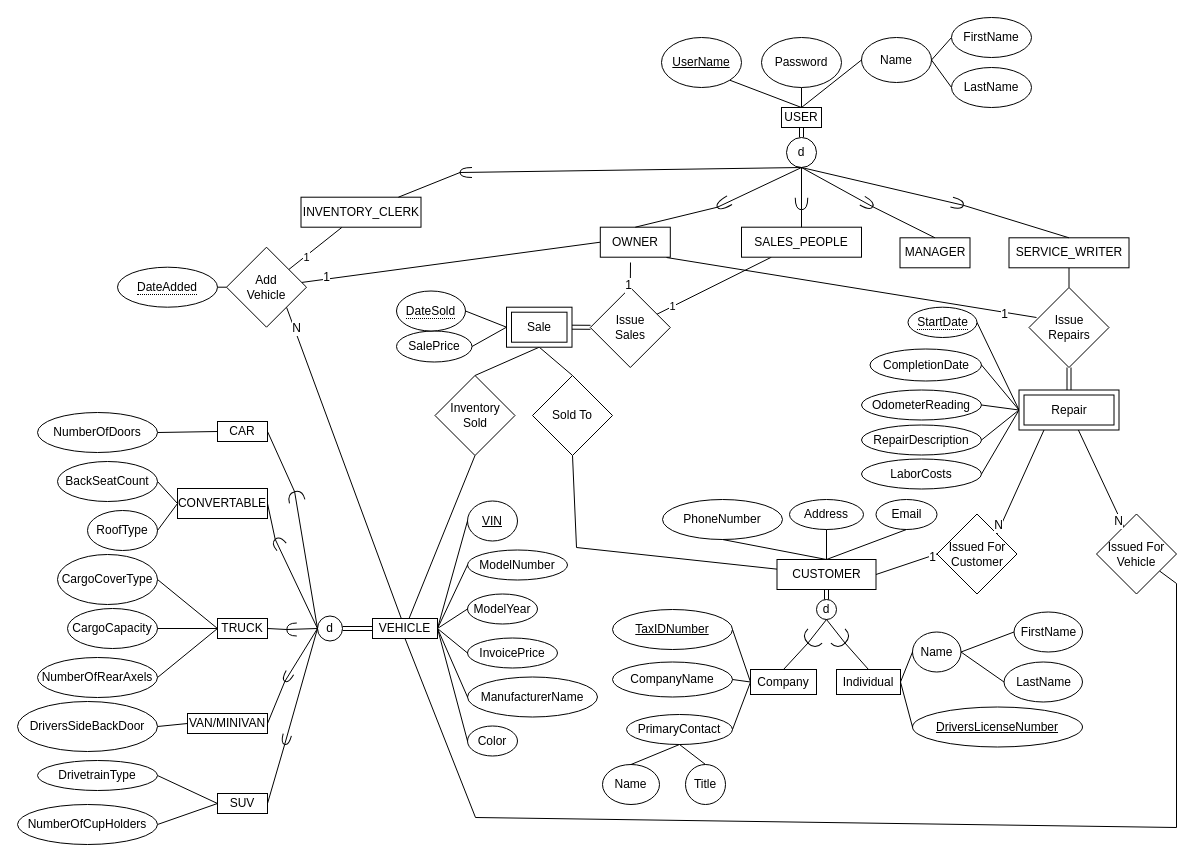
The draw.io diagram EER with cardinality.drawio in LaurenGeis/notes-for-jobs, before the edit. Source tidied: cells renumbered, new cells numbered last; positions are measured from the earlier drawing's top-left corner, leaving out a move shared by most shapes. Both pictures are drawn from the tidied source at 100%, with x=0, y=0 at pixel (17, 17).
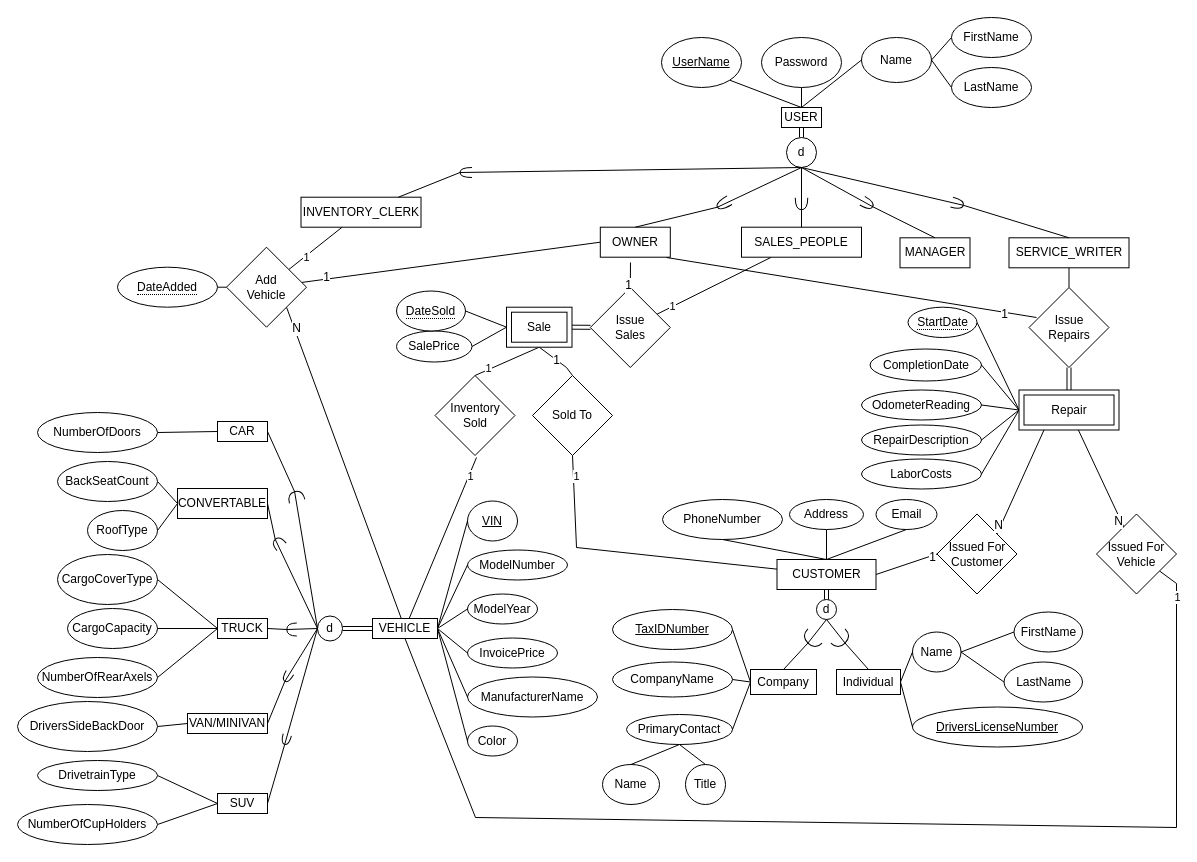
Above is the later version.

Unchanged cells that the change refers to:
```xml
<mxCell id="46" value="VEHICLE" style="rounded=0;whiteSpace=wrap;html=1;" parent="1" vertex="1">
  <mxGeometry x="355" y="601" width="65" height="20" as="geometry" />
</mxCell>
<mxCell id="139" style="edgeStyle=none;rounded=0;jettySize=auto;html=1;exitX=0.5;exitY=1;exitDx=0;exitDy=0;entryX=0.5;entryY=0;entryDx=0;entryDy=0;fontSize=12;endArrow=none;endFill=0;strokeWidth=1;" parent="1" edge="1" source="141" target="158">
  <mxGeometry relative="1" as="geometry" />
</mxCell>
<mxCell id="141" value="&lt;div&gt;Sale&lt;/div&gt;" style="shape=ext;margin=3;double=1;whiteSpace=wrap;html=1;align=center;fontSize=12;" parent="1" vertex="1">
  <mxGeometry x="489" y="289.7" width="65.5" height="40" as="geometry" />
</mxCell>
<mxCell id="155" style="edgeStyle=none;rounded=0;jettySize=auto;html=1;exitX=0.5;exitY=1;exitDx=0;exitDy=0;fontSize=12;endArrow=none;endFill=0;strokeWidth=1;" parent="1" edge="1" source="156" target="89">
  <mxGeometry relative="1" as="geometry">
    <Array as="points">
      <mxPoint x="559" y="530" />
    </Array>
  </mxGeometry>
</mxCell>
<mxCell id="156" value="Sold To" style="rhombus;whiteSpace=wrap;html=1;fontSize=12;" parent="1" vertex="1">
  <mxGeometry x="515" y="358" width="80" height="80" as="geometry" />
</mxCell>
<mxCell id="158" value="&lt;div&gt;Inventory&lt;/div&gt;&lt;div&gt;Sold&lt;br&gt;&lt;/div&gt;" style="rhombus;whiteSpace=wrap;html=1;fontSize=12;" parent="1" vertex="1">
  <mxGeometry x="417.5" y="358" width="80" height="80" as="geometry" />
</mxCell>
<mxCell id="159" style="edgeStyle=none;rounded=0;jettySize=auto;html=1;entryX=0.5;entryY=1;entryDx=0;entryDy=0;fontSize=12;endArrow=none;endFill=0;strokeWidth=1;" parent="1" edge="1" source="160" target="46">
  <mxGeometry relative="1" as="geometry">
    <Array as="points">
      <mxPoint x="1159" y="566" />
      <mxPoint x="1159" y="810" />
      <mxPoint x="458" y="800" />
    </Array>
  </mxGeometry>
</mxCell>
```

The edit, as a diff of the source:
```diff
@@
+    <mxCell id="167" value="1" style="edgeLabel;html=1;align=center;verticalAlign=middle;" parent="139" vertex="1">
+      <mxGeometry x="0.56" y="-2" relative="1" as="geometry" />
+    </mxCell>
-    <mxCell id="140" style="edgeStyle=none;rounded=0;jettySize=auto;html=1;exitX=0.5;exitY=1;exitDx=0;exitDy=0;entryX=0.5;entryY=0;entryDx=0;entryDy=0;fontSize=12;endArrow=none;endFill=0;strokeWidth=1;" parent="1" edge="1" source="141" target="156">
-      <mxGeometry relative="1" as="geometry" />
+    <mxCell id="140" value="1" style="edgeStyle=none;rounded=0;jettySize=auto;html=1;exitX=0.5;exitY=1;exitDx=0;exitDy=0;entryX=0.5;entryY=0;entryDx=0;entryDy=0;fontSize=12;endArrow=none;endFill=0;strokeWidth=1;" parent="1" edge="1" source="141" target="156">
+      <mxGeometry relative="1" as="geometry">
+        <Array as="points">
+          <mxPoint x="549" y="350" />
+        </Array>
+      </mxGeometry>
     </mxCell>
@@
+    <mxCell id="168" value="1" style="edgeLabel;html=1;align=center;verticalAlign=middle;" parent="155" vertex="1">
+      <mxGeometry x="-0.86" y="3" relative="1" as="geometry" />
+    </mxCell>
@@
-    <mxCell id="157" style="edgeStyle=none;rounded=0;jettySize=auto;html=1;exitX=0.5;exitY=1;exitDx=0;exitDy=0;fontSize=12;endArrow=none;endFill=0;strokeWidth=1;" parent="1" edge="1" source="158" target="46">
-      <mxGeometry relative="1" as="geometry" />
+    <mxCell id="157" style="edgeStyle=none;rounded=0;jettySize=auto;html=1;fontSize=12;endArrow=none;endFill=0;strokeWidth=1;" parent="1" edge="1" target="46">
+      <mxGeometry relative="1" as="geometry">
+        <mxPoint x="459" y="440" as="sourcePoint" />
+      </mxGeometry>
     </mxCell>
+    <mxCell id="169" value="1" style="edgeLabel;html=1;align=center;verticalAlign=middle;" parent="157" vertex="1">
+      <mxGeometry x="-0.77" y="1" relative="1" as="geometry" />
+    </mxCell>
@@
+    <mxCell id="170" value="1" style="edgeLabel;html=1;align=center;verticalAlign=middle;" parent="159" vertex="1">
+      <mxGeometry x="-0.94" relative="1" as="geometry" />
+    </mxCell>
```
